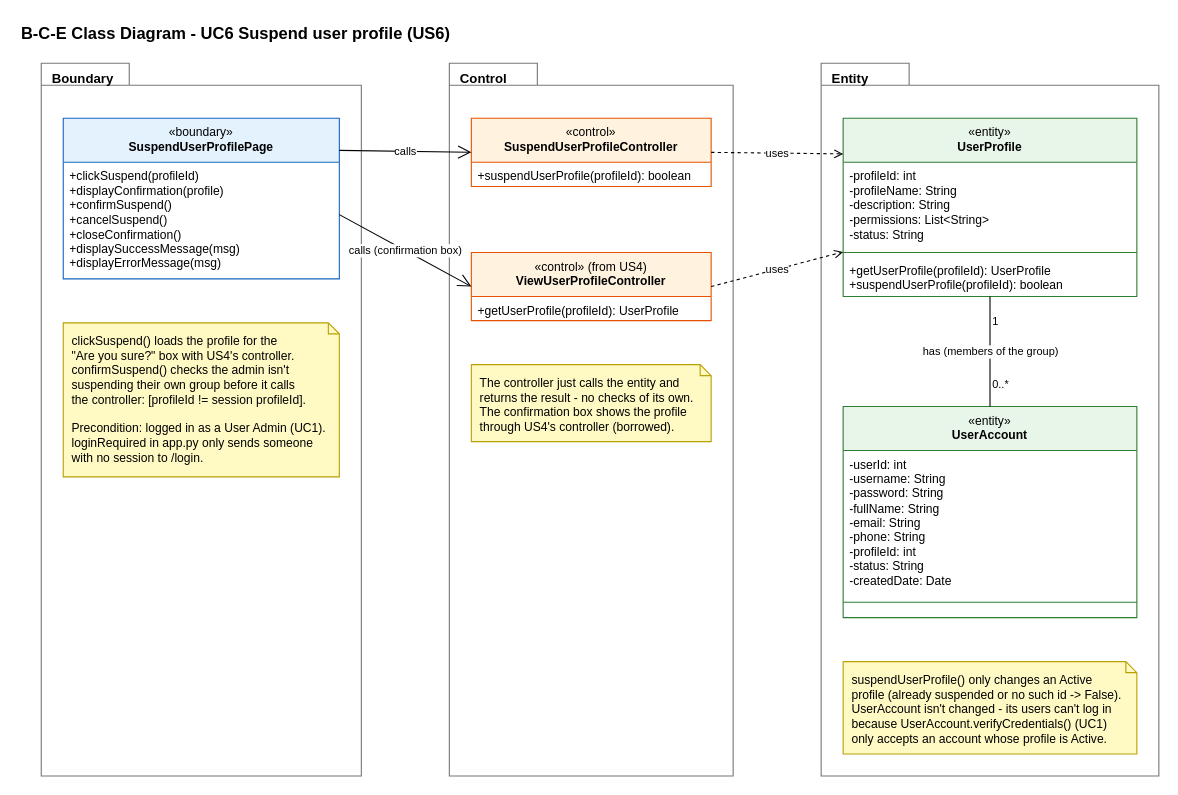
Above: page "5 BCE Class Diagram" (6 of 7) of Sprint_1/US6 - Suspend user profile/US6 Suspend user profile.drawio in Hanzxc/CSIT314-ARCHSS (draw.io), before the change. Source tidied: cells renumbered, new cells numbered last; positions are measured from the earlier drawing's top-left corner, leaving out a move shared by most shapes. Both pictures are drawn from the tidied source at 110%, with x=0, y=0 at pixel (19, 19).
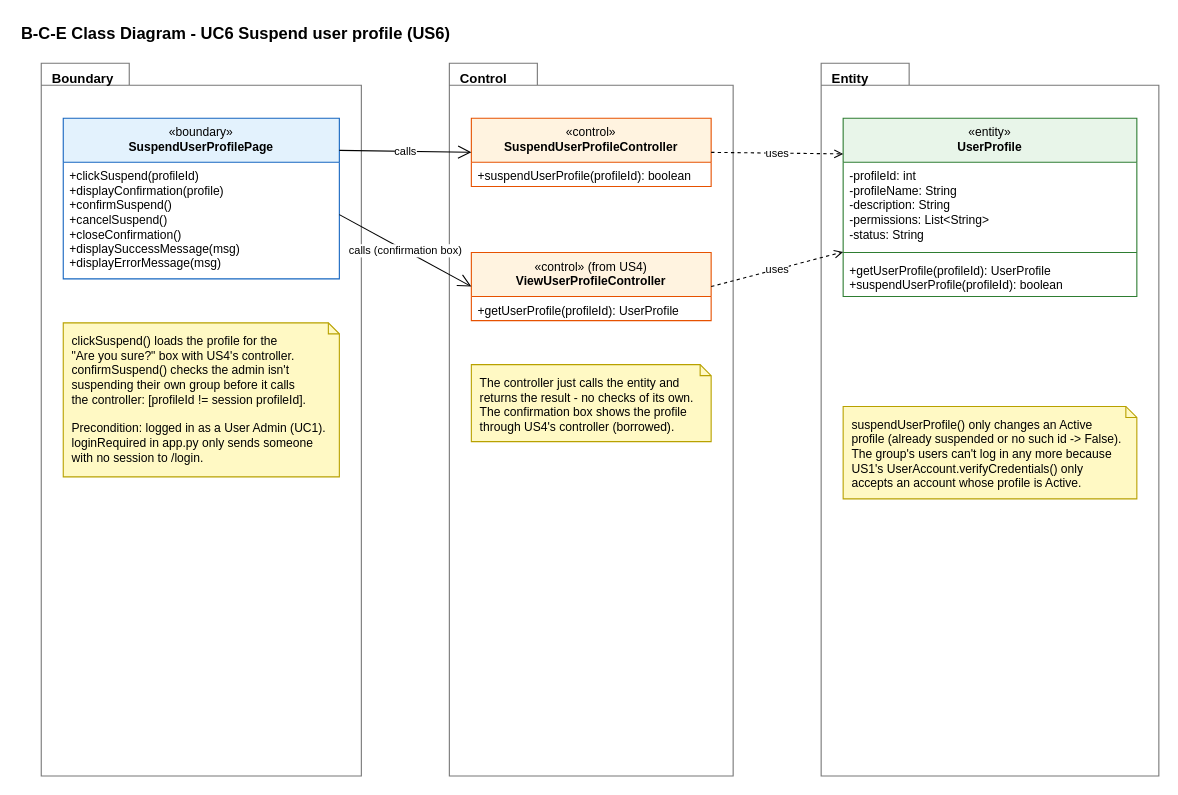
After the change.

Commit message (it also covers changes not shown here):
change us6 diagrams as bce diagrams has 2 entities

Unchanged cells that the change refers to:
```xml
<mxCell id="11" value="«entity»&lt;br&gt;&lt;b&gt;UserProfile&lt;/b&gt;" style="swimlane;fontStyle=0;align=center;verticalAlign=top;horizontal=1;startSize=40;html=1;whiteSpace=wrap;fontSize=11;fillColor=#E8F5E9;strokeColor=#2E7D32;swimlaneFillColor=#FFFFFF;fontColor=#000000;" parent="1" vertex="1">
  <mxGeometry x="749" y="90" width="267" height="162" as="geometry" />
</mxCell>
```

The edit, as a diff of the source:
```diff
@@
-    <mxCell id="15" value="«entity»&lt;br&gt;&lt;b&gt;UserAccount&lt;/b&gt;" style="swimlane;fontStyle=0;align=center;verticalAlign=top;horizontal=1;startSize=40;html=1;whiteSpace=wrap;fontSize=11;fillColor=#E8F5E9;strokeColor=#2E7D32;swimlaneFillColor=#FFFFFF;fontColor=#000000;" parent="1" vertex="1">
-      <mxGeometry x="749" y="352" width="267" height="192" as="geometry" />
-    </mxCell>
-    <mxCell id="16" value="-userId: int&lt;br&gt;-username: String&lt;br&gt;-password: String&lt;br&gt;-fullName: String&lt;br&gt;-email: String&lt;br&gt;-phone: String&lt;br&gt;-profileId: int&lt;br&gt;-status: String&lt;br&gt;-createdDate: Date" style="text;strokeColor=none;fillColor=none;align=left;verticalAlign=top;spacingLeft=4;spacingRight=4;overflow=hidden;whiteSpace=nowrap;html=1;fontSize=11;fontColor=#000000;" parent="15" vertex="1">
-      <mxGeometry y="40" width="267" height="134" as="geometry" />
-    </mxCell>
-    <mxCell id="17" style="line;strokeWidth=1;fillColor=none;align=left;verticalAlign=middle;spacingTop=-1;spacingLeft=3;spacingRight=3;labelPosition=right;strokeColor=#2E7D32;fontColor=#000000;" parent="15" vertex="1">
-      <mxGeometry y="174" width="267" height="8" as="geometry" />
-    </mxCell>
-    <mxCell id="18" style="text;strokeColor=none;fillColor=none;align=left;verticalAlign=top;spacingLeft=4;spacingRight=4;overflow=hidden;whiteSpace=nowrap;html=1;fontSize=11;fontColor=#000000;" parent="15" vertex="1">
-      <mxGeometry y="182" width="267" height="10" as="geometry" />
-    </mxCell>
@@
-    <mxCell id="21" value="suspendUserProfile() only changes an Active&lt;br&gt;profile (already suspended or no such id -&amp;gt; False).&lt;br&gt;UserAccount isn&amp;#x27;t changed - its users can&amp;#x27;t log in&lt;br&gt;because UserAccount.verifyCredentials() (UC1)&lt;br&gt;only accepts an account whose profile is Active." style="shape=note;whiteSpace=wrap;html=1;size=10;fillColor=#FFF9C4;strokeColor=#B8A100;align=left;verticalAlign=top;spacingLeft=6;spacingRight=4;spacingTop=4;fontSize=11;fontColor=#000000;" parent="1" vertex="1">
-      <mxGeometry x="749" y="584" width="267" height="84" as="geometry" />
+    <mxCell id="21" value="suspendUserProfile() only changes an Active&lt;br&gt;profile (already suspended or no such id -&amp;gt; False).&lt;br&gt;The group's users can't log in any more because&lt;br&gt;US1's UserAccount.verifyCredentials() only&lt;br&gt;accepts an account whose profile is Active." style="shape=note;whiteSpace=wrap;html=1;size=10;fillColor=#FFF9C4;strokeColor=#B8A100;align=left;verticalAlign=top;spacingLeft=6;spacingRight=4;spacingTop=4;fontSize=11;fontColor=#000000;" parent="1" vertex="1">
+      <mxGeometry x="749" y="352" width="267" height="84" as="geometry" />
     </mxCell>
@@
-    <mxCell id="26" value="has (members of the group)" style="endArrow=none;html=1;rounded=0;fontSize=10;fontColor=#000000;strokeColor=#000000;labelBackgroundColor=#FFFFFF;exitX=0.5;exitY=1;exitDx=0;exitDy=0;entryX=0.5;entryY=0;entryDx=0;entryDy=0;" parent="1" edge="1" source="11" target="15">
-      <mxGeometry relative="1" as="geometry" />
-    </mxCell>
-    <mxCell id="27" value="1" style="edgeLabel;html=1;align=left;verticalAlign=bottom;fontSize=10;fontColor=#000000;labelBackgroundColor=#FFFFFF;" parent="26" vertex="1">
-      <mxGeometry x="-0.4" relative="1" as="geometry" />
-    </mxCell>
-    <mxCell id="28" value="0..*" style="edgeLabel;html=1;align=left;verticalAlign=bottom;fontSize=10;fontColor=#000000;labelBackgroundColor=#FFFFFF;" parent="26" vertex="1">
-      <mxGeometry x="0.75" relative="1" as="geometry" />
-    </mxCell>
```
